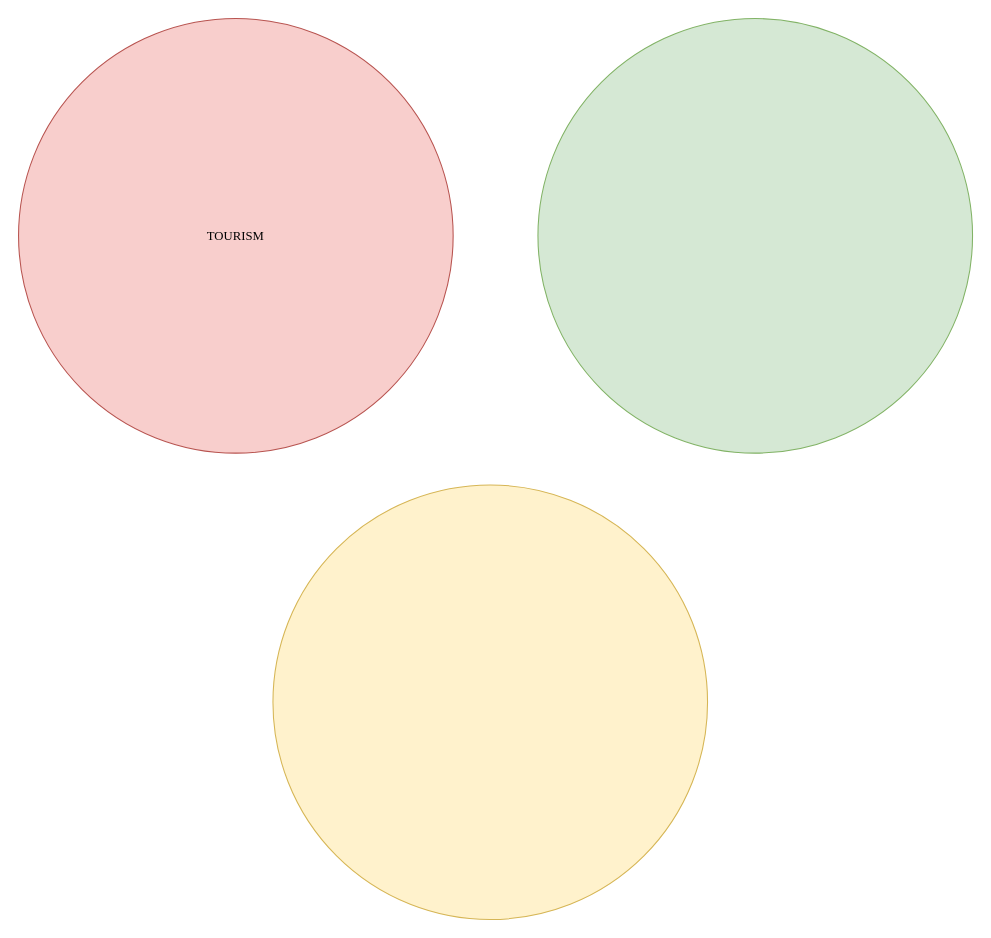
The draw.io diagram ontology-collaborative-selection.drawio in Max-Bld/ontology-collaborative-selection, before the edit. Source tidied: cells renumbered, new cells numbered last; positions are measured from the earlier drawing's top-left corner, leaving out a move shared by most shapes. Both pictures are drawn from the tidied source at 106%, with x=0, y=0 at pixel (18, 18).
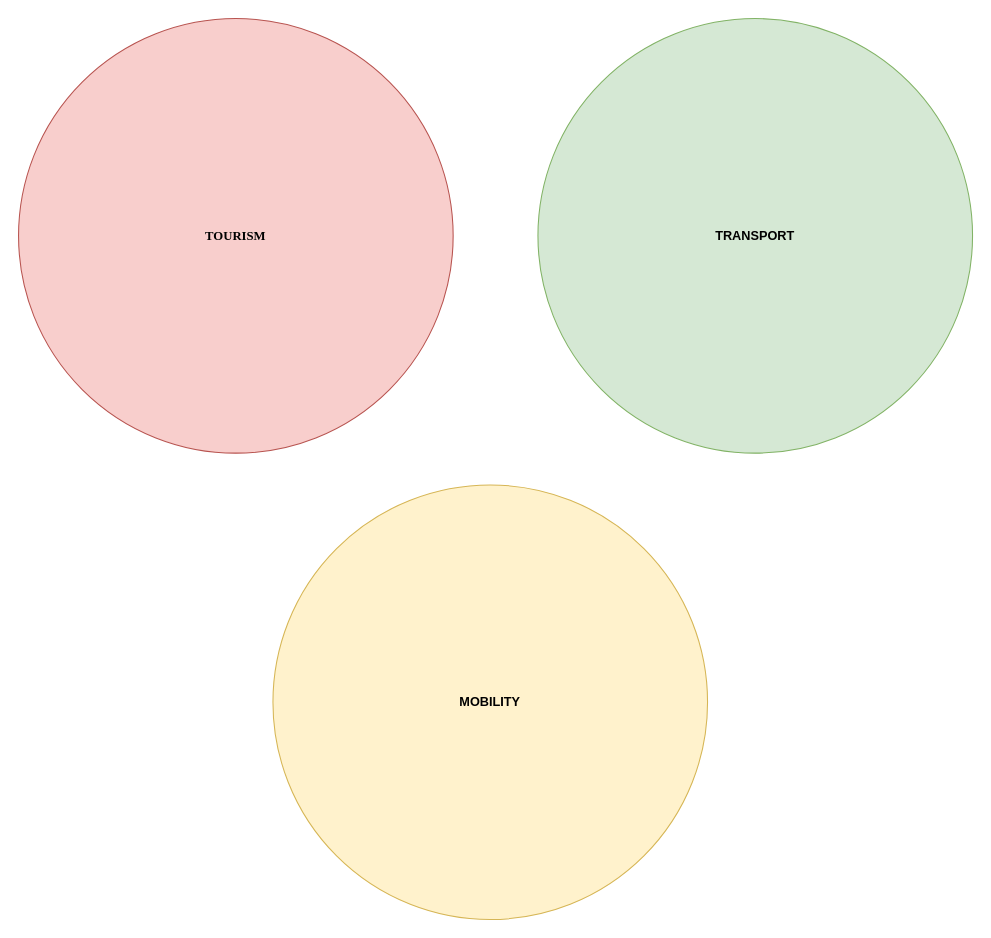
Above is the later version.

Diff of the diagram source:
```diff
@@
 <mxGraphModel>
   <root>
     <mxCell id="0" />
     <mxCell id="1" parent="0" />
-    <mxCell id="2" value="&lt;p&gt;&lt;font face=&quot;Times New Roman&quot;&gt;TOURISM&lt;/font&gt;&lt;/p&gt;" style="ellipse;whiteSpace=wrap;html=1;fillColor=#f8cecc;strokeColor=#b85450;" parent="1" vertex="1">
+    <mxCell id="2" value="&lt;p&gt;&lt;font face=&quot;Times New Roman&quot;&gt;&lt;b&gt;TOURISM&lt;/b&gt;&lt;/font&gt;&lt;/p&gt;" style="ellipse;whiteSpace=wrap;html=1;fillColor=#f8cecc;strokeColor=#b85450;" parent="1" vertex="1">
       <mxGeometry width="410" height="410" as="geometry" />
     </mxCell>
-    <mxCell id="3" style="ellipse;whiteSpace=wrap;html=1;fillColor=#d5e8d4;strokeColor=#82b366;" parent="1" vertex="1">
+    <mxCell id="3" value="&lt;b&gt;TRANSPORT&lt;/b&gt;" style="ellipse;whiteSpace=wrap;html=1;fillColor=#d5e8d4;strokeColor=#82b366;" parent="1" vertex="1">
       <mxGeometry x="490" width="410" height="410" as="geometry" />
     </mxCell>
-    <mxCell id="4" style="ellipse;whiteSpace=wrap;html=1;fillColor=#fff2cc;strokeColor=#d6b656;" parent="1" vertex="1">
+    <mxCell id="4" value="&lt;b&gt;MOBILITY&lt;/b&gt;" style="ellipse;whiteSpace=wrap;html=1;fillColor=#fff2cc;strokeColor=#d6b656;" parent="1" vertex="1">
       <mxGeometry x="240" y="440" width="410" height="410" as="geometry" />
     </mxCell>
   </root>
 </mxGraphModel>
```
